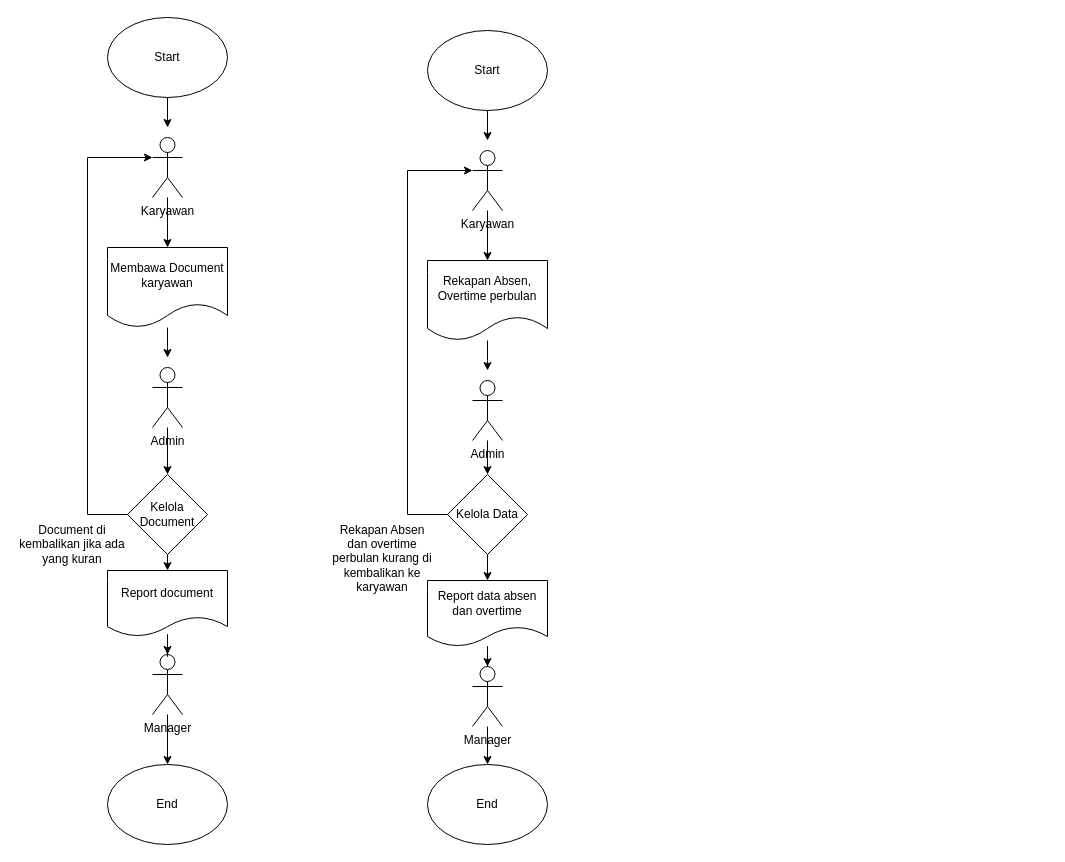
Above: page "Page-6" (6 of 7) of Penulisan/Bab 3.drawio in w4hyud1/leni_karyawan (draw.io), before the change. Source tidied: cells renumbered, new cells numbered last; positions are measured from the earlier drawing's top-left corner, leaving out a move shared by most shapes. Both pictures are drawn from the tidied source at 100%, with x=0, y=0 at pixel (17, 17).
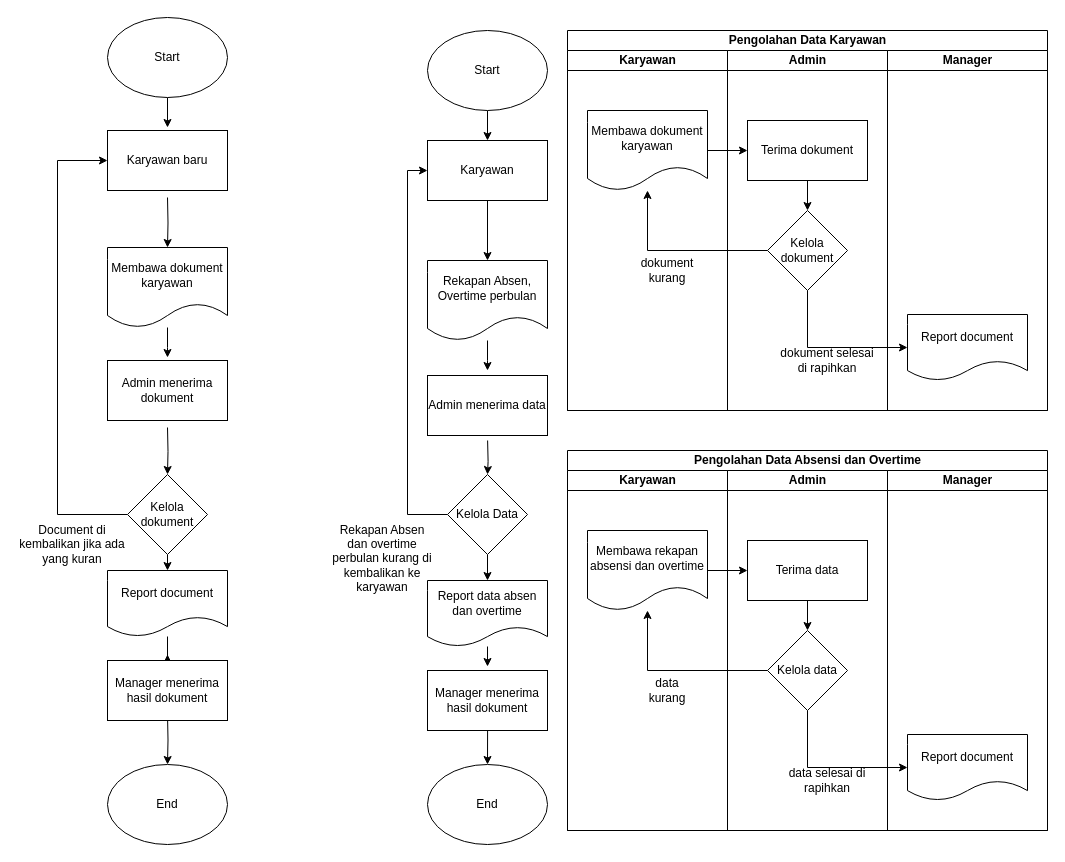
Above is the later version.

Unchanged cells that the change refers to:
```xml
<mxCell id="15" value="End" style="ellipse;whiteSpace=wrap;html=1;" parent="1" vertex="1">
  <mxGeometry x="90" y="747" width="120" height="80" as="geometry" />
</mxCell>
<mxCell id="21" value="Kelola Data" style="rhombus;whiteSpace=wrap;html=1;" parent="1" vertex="1">
  <mxGeometry x="430" y="457" width="80" height="80" as="geometry" />
</mxCell>
<mxCell id="23" value="Rekapan Absen, Overtime perbulan" style="shape=document;whiteSpace=wrap;html=1;boundedLbl=1;" parent="1" vertex="1">
  <mxGeometry x="410" y="243" width="120" height="80" as="geometry" />
</mxCell>
<mxCell id="30" value="End" style="ellipse;whiteSpace=wrap;html=1;" parent="1" vertex="1">
  <mxGeometry x="410" y="747" width="120" height="80" as="geometry" />
</mxCell>
<mxCell id="33" value="Report data absen dan overtime" style="shape=document;whiteSpace=wrap;html=1;boundedLbl=1;" parent="1" vertex="1">
  <mxGeometry x="410" y="563" width="120" height="66" as="geometry" />
</mxCell>
<mxCell id="35" value="Report document" style="shape=document;whiteSpace=wrap;html=1;boundedLbl=1;" parent="1" vertex="1">
  <mxGeometry x="90" y="553" width="120" height="66" as="geometry" />
</mxCell>
```

Diff of the diagram source:
```diff
@@
-    <mxCell id="2" style="edgeStyle=orthogonalEdgeStyle;rounded=0;jettySize=auto;html=1;entryX=0.5;entryY=0;entryDx=0;entryDy=0;" parent="1" edge="1" source="3" target="8">
-      <mxGeometry relative="1" as="geometry" />
+    <mxCell id="2" style="edgeStyle=orthogonalEdgeStyle;rounded=0;jettySize=auto;html=1;entryX=0.5;entryY=0;entryDx=0;entryDy=0;" parent="1" edge="1" target="8">
+      <mxGeometry relative="1" as="geometry">
+        <mxPoint x="150" y="180" as="sourcePoint" />
+      </mxGeometry>
     </mxCell>
-    <mxCell id="3" value="Karyawan" style="shape=umlActor;verticalLabelPosition=bottom;verticalAlign=top;html=1;" parent="1" vertex="1">
-      <mxGeometry x="135" y="120" width="30" height="60" as="geometry" />
-    </mxCell>
-    <mxCell id="4" style="edgeStyle=orthogonalEdgeStyle;rounded=0;jettySize=auto;html=1;exitX=0;exitY=0.5;exitDx=0;exitDy=0;entryX=0;entryY=0.3333333333333333;entryDx=0;entryDy=0;entryPerimeter=0;" parent="1" edge="1" source="6" target="3">
-      <mxGeometry relative="1" as="geometry">
-        <Array as="points">
-          <mxPoint x="70" y="497" />
-          <mxPoint x="70" y="140" />
-        </Array>
-      </mxGeometry>
-    </mxCell>
@@
+    <mxCell id="36" style="edgeStyle=orthogonalEdgeStyle;rounded=0;jettySize=auto;html=1;exitX=0;exitY=0.5;exitDx=0;exitDy=0;entryX=0;entryY=0.5;entryDx=0;entryDy=0;" parent="1" edge="1" source="6" target="65">
+      <mxGeometry relative="1" as="geometry">
+        <Array as="points">
+          <mxPoint x="40" y="497" />
+          <mxPoint x="40" y="143" />
+        </Array>
+      </mxGeometry>
+    </mxCell>
-    <mxCell id="6" value="Kelola Document" style="rhombus;whiteSpace=wrap;html=1;" parent="1" vertex="1">
+    <mxCell id="6" value="Kelola dokument" style="rhombus;whiteSpace=wrap;html=1;" parent="1" vertex="1">
       <mxGeometry x="110" y="457" width="80" height="80" as="geometry" />
     </mxCell>
@@
-    <mxCell id="8" value="Membawa Document karyawan" style="shape=document;whiteSpace=wrap;html=1;boundedLbl=1;" parent="1" vertex="1">
+    <mxCell id="8" value="Membawa dokument karyawan" style="shape=document;whiteSpace=wrap;html=1;boundedLbl=1;" parent="1" vertex="1">
       <mxGeometry x="90" y="230" width="120" height="80" as="geometry" />
     </mxCell>
-    <mxCell id="9" style="edgeStyle=orthogonalEdgeStyle;rounded=0;jettySize=auto;html=1;" parent="1" edge="1" source="10" target="6">
-      <mxGeometry relative="1" as="geometry" />
+    <mxCell id="9" style="edgeStyle=orthogonalEdgeStyle;rounded=0;jettySize=auto;html=1;" parent="1" edge="1" target="6">
+      <mxGeometry relative="1" as="geometry">
+        <mxPoint x="150" y="410" as="sourcePoint" />
+      </mxGeometry>
     </mxCell>
-    <mxCell id="10" value="Admin" style="shape=umlActor;verticalLabelPosition=bottom;verticalAlign=top;html=1;" parent="1" vertex="1">
-      <mxGeometry x="135" y="350" width="30" height="60" as="geometry" />
-    </mxCell>
@@
-    <mxCell id="13" style="edgeStyle=orthogonalEdgeStyle;rounded=0;jettySize=auto;html=1;entryX=0.5;entryY=0;entryDx=0;entryDy=0;" parent="1" edge="1" source="14" target="15">
-      <mxGeometry relative="1" as="geometry" />
+    <mxCell id="13" style="edgeStyle=orthogonalEdgeStyle;rounded=0;jettySize=auto;html=1;entryX=0.5;entryY=0;entryDx=0;entryDy=0;" parent="1" edge="1" target="15">
+      <mxGeometry relative="1" as="geometry">
+        <mxPoint x="150" y="697" as="sourcePoint" />
+      </mxGeometry>
     </mxCell>
-    <mxCell id="14" value="Manager" style="shape=umlActor;verticalLabelPosition=bottom;verticalAlign=top;html=1;" parent="1" vertex="1">
-      <mxGeometry x="135" y="637" width="30" height="60" as="geometry" />
-    </mxCell>
@@
-    <mxCell id="17" style="edgeStyle=orthogonalEdgeStyle;rounded=0;jettySize=auto;html=1;entryX=0.5;entryY=0;entryDx=0;entryDy=0;" parent="1" edge="1" source="18" target="23">
+    <mxCell id="17" style="edgeStyle=orthogonalEdgeStyle;rounded=0;jettySize=auto;html=1;entryX=0.5;entryY=0;entryDx=0;entryDy=0;exitX=0.5;exitY=1;exitDx=0;exitDy=0;" parent="1" edge="1" source="68" target="23">
       <mxGeometry relative="1" as="geometry" />
     </mxCell>
-    <mxCell id="18" value="Karyawan" style="shape=umlActor;verticalLabelPosition=bottom;verticalAlign=top;html=1;" parent="1" vertex="1">
-      <mxGeometry x="455" y="133" width="30" height="60" as="geometry" />
-    </mxCell>
-    <mxCell id="19" style="edgeStyle=orthogonalEdgeStyle;rounded=0;jettySize=auto;html=1;exitX=0;exitY=0.5;exitDx=0;exitDy=0;entryX=0;entryY=0.3333333333333333;entryDx=0;entryDy=0;entryPerimeter=0;" parent="1" edge="1" source="21" target="18">
+    <mxCell id="19" style="edgeStyle=orthogonalEdgeStyle;rounded=0;jettySize=auto;html=1;exitX=0;exitY=0.5;exitDx=0;exitDy=0;" parent="1" edge="1" source="21">
       <mxGeometry relative="1" as="geometry">
+        <mxPoint x="410" y="153" as="targetPoint" />
         <Array as="points">
           <mxPoint x="390" y="497" />
           <mxPoint x="390" y="153" />
         </Array>
       </mxGeometry>
     </mxCell>
@@
-    <mxCell id="24" style="edgeStyle=orthogonalEdgeStyle;rounded=0;jettySize=auto;html=1;" parent="1" edge="1" source="25" target="21">
-      <mxGeometry relative="1" as="geometry" />
+    <mxCell id="24" style="edgeStyle=orthogonalEdgeStyle;rounded=0;jettySize=auto;html=1;" parent="1" edge="1" target="21">
+      <mxGeometry relative="1" as="geometry">
+        <mxPoint x="470.1" y="423" as="sourcePoint" />
+      </mxGeometry>
     </mxCell>
-    <mxCell id="25" value="Admin" style="shape=umlActor;verticalLabelPosition=bottom;verticalAlign=top;html=1;" parent="1" vertex="1">
-      <mxGeometry x="455" y="363" width="30" height="60" as="geometry" />
-    </mxCell>
@@
-    <mxCell id="28" style="edgeStyle=orthogonalEdgeStyle;rounded=0;jettySize=auto;html=1;entryX=0.5;entryY=0;entryDx=0;entryDy=0;" parent="1" edge="1" source="29" target="30">
-      <mxGeometry relative="1" as="geometry" />
+    <mxCell id="28" style="edgeStyle=orthogonalEdgeStyle;rounded=0;jettySize=auto;html=1;entryX=0.5;entryY=0;entryDx=0;entryDy=0;" parent="1" edge="1" target="30">
+      <mxGeometry relative="1" as="geometry">
+        <mxPoint x="470.1" y="709" as="sourcePoint" />
+      </mxGeometry>
     </mxCell>
-    <mxCell id="29" value="Manager" style="shape=umlActor;verticalLabelPosition=bottom;verticalAlign=top;html=1;" parent="1" vertex="1">
-      <mxGeometry x="455" y="649" width="30" height="60" as="geometry" />
-    </mxCell>
@@
-    <mxCell id="32" style="edgeStyle=orthogonalEdgeStyle;rounded=0;jettySize=auto;html=1;entryX=0.5;entryY=0;entryDx=0;entryDy=0;entryPerimeter=0;" parent="1" edge="1" source="33" target="29">
-      <mxGeometry relative="1" as="geometry" />
+    <mxCell id="32" style="edgeStyle=orthogonalEdgeStyle;rounded=0;jettySize=auto;html=1;entryX=0.5;entryY=0;entryDx=0;entryDy=0;entryPerimeter=0;" parent="1" edge="1" source="33">
+      <mxGeometry relative="1" as="geometry">
+        <mxPoint x="470" y="649" as="targetPoint" />
+      </mxGeometry>
     </mxCell>
@@
-    <mxCell id="34" style="edgeStyle=orthogonalEdgeStyle;rounded=0;jettySize=auto;html=1;entryX=0.5;entryY=0;entryDx=0;entryDy=0;entryPerimeter=0;" parent="1" edge="1" source="35" target="14">
-      <mxGeometry relative="1" as="geometry" />
+    <mxCell id="34" style="edgeStyle=orthogonalEdgeStyle;rounded=0;jettySize=auto;html=1;entryX=0.5;entryY=0;entryDx=0;entryDy=0;entryPerimeter=0;" parent="1" edge="1" source="35">
+      <mxGeometry relative="1" as="geometry">
+        <mxPoint x="150" y="637" as="targetPoint" />
+      </mxGeometry>
     </mxCell>
@@
+    <mxCell id="37" value="Pengolahan Data Karyawan" style="swimlane;html=1;startSize=20;" parent="1" vertex="1">
+      <mxGeometry x="550" y="13" width="480" height="380" as="geometry" />
+    </mxCell>
+    <mxCell id="38" value="Karyawan" style="swimlane;html=1;startSize=20;" parent="37" vertex="1">
+      <mxGeometry y="20" width="160" height="360" as="geometry" />
+    </mxCell>
+    <mxCell id="39" value="&lt;span&gt;Membawa dokument karyawan&lt;/span&gt;" style="shape=document;whiteSpace=wrap;html=1;boundedLbl=1;" parent="38" vertex="1">
+      <mxGeometry x="20" y="60" width="120" height="80" as="geometry" />
+    </mxCell>
+    <mxCell id="40" value="dokument kurang" style="text;html=1;strokeColor=none;fillColor=none;align=center;verticalAlign=middle;whiteSpace=wrap;rounded=0;" parent="38" vertex="1">
+      <mxGeometry x="80" y="210" width="40" height="20" as="geometry" />
+    </mxCell>
+    <mxCell id="41" value="Admin" style="swimlane;html=1;startSize=20;" parent="37" vertex="1">
+      <mxGeometry x="160" y="20" width="160" height="360" as="geometry" />
+    </mxCell>
+    <mxCell id="42" style="edgeStyle=orthogonalEdgeStyle;rounded=0;jettySize=auto;html=1;exitX=0.5;exitY=1;exitDx=0;exitDy=0;entryX=0.5;entryY=0;entryDx=0;entryDy=0;" parent="41" edge="1" source="43" target="44">
+      <mxGeometry relative="1" as="geometry" />
+    </mxCell>
+    <mxCell id="43" value="Terima dokument" style="rounded=0;whiteSpace=wrap;html=1;" parent="41" vertex="1">
+      <mxGeometry x="20" y="70" width="120" height="60" as="geometry" />
+    </mxCell>
+    <mxCell id="44" value="&lt;span&gt;Kelola dokument&lt;/span&gt;" style="rhombus;whiteSpace=wrap;html=1;" parent="41" vertex="1">
+      <mxGeometry x="40" y="160" width="80" height="80" as="geometry" />
+    </mxCell>
+    <mxCell id="45" value="dokument selesai di rapihkan" style="text;html=1;strokeColor=none;fillColor=none;align=center;verticalAlign=middle;whiteSpace=wrap;rounded=0;" parent="41" vertex="1">
+      <mxGeometry x="50" y="300" width="100" height="20" as="geometry" />
+    </mxCell>
+    <mxCell id="46" style="edgeStyle=orthogonalEdgeStyle;rounded=0;jettySize=auto;html=1;entryX=0;entryY=0.5;entryDx=0;entryDy=0;" parent="37" edge="1" source="39" target="43">
+      <mxGeometry relative="1" as="geometry" />
+    </mxCell>
+    <mxCell id="47" style="edgeStyle=orthogonalEdgeStyle;rounded=0;jettySize=auto;html=1;exitX=0;exitY=0.5;exitDx=0;exitDy=0;" parent="37" edge="1" source="44" target="39">
+      <mxGeometry relative="1" as="geometry" />
+    </mxCell>
+    <mxCell id="48" value="Manager" style="swimlane;html=1;startSize=20;" parent="37" vertex="1">
+      <mxGeometry x="320" y="20" width="160" height="360" as="geometry" />
+    </mxCell>
+    <mxCell id="49" value="Report document" style="shape=document;whiteSpace=wrap;html=1;boundedLbl=1;" parent="48" vertex="1">
+      <mxGeometry x="20" y="264" width="120" height="66" as="geometry" />
+    </mxCell>
+    <mxCell id="50" style="edgeStyle=orthogonalEdgeStyle;rounded=0;jettySize=auto;html=1;exitX=0.5;exitY=1;exitDx=0;exitDy=0;entryX=0;entryY=0.5;entryDx=0;entryDy=0;" parent="37" edge="1" source="44" target="49">
+      <mxGeometry relative="1" as="geometry" />
+    </mxCell>
+    <mxCell id="51" value="Pengolahan Data Absensi dan Overtime" style="swimlane;html=1;startSize=20;" parent="1" vertex="1">
+      <mxGeometry x="550" y="433" width="480" height="380" as="geometry" />
+    </mxCell>
+    <mxCell id="52" value="Karyawan" style="swimlane;html=1;startSize=20;" parent="51" vertex="1">
+      <mxGeometry y="20" width="160" height="360" as="geometry" />
+    </mxCell>
+    <mxCell id="53" value="&lt;span&gt;Membawa rekapan absensi dan overtime&lt;/span&gt;" style="shape=document;whiteSpace=wrap;html=1;boundedLbl=1;" parent="52" vertex="1">
+      <mxGeometry x="20" y="60" width="120" height="80" as="geometry" />
+    </mxCell>
+    <mxCell id="54" value="data kurang" style="text;html=1;strokeColor=none;fillColor=none;align=center;verticalAlign=middle;whiteSpace=wrap;rounded=0;" parent="52" vertex="1">
+      <mxGeometry x="80" y="210" width="40" height="20" as="geometry" />
+    </mxCell>
+    <mxCell id="55" value="Admin" style="swimlane;html=1;startSize=20;" parent="51" vertex="1">
+      <mxGeometry x="160" y="20" width="160" height="360" as="geometry" />
+    </mxCell>
+    <mxCell id="56" style="edgeStyle=orthogonalEdgeStyle;rounded=0;jettySize=auto;html=1;exitX=0.5;exitY=1;exitDx=0;exitDy=0;entryX=0.5;entryY=0;entryDx=0;entryDy=0;" parent="55" edge="1" source="57" target="58">
+      <mxGeometry relative="1" as="geometry" />
+    </mxCell>
+    <mxCell id="57" value="Terima data" style="rounded=0;whiteSpace=wrap;html=1;" parent="55" vertex="1">
+      <mxGeometry x="20" y="70" width="120" height="60" as="geometry" />
+    </mxCell>
+    <mxCell id="58" value="&lt;span&gt;Kelola data&lt;/span&gt;" style="rhombus;whiteSpace=wrap;html=1;" parent="55" vertex="1">
+      <mxGeometry x="40" y="160" width="80" height="80" as="geometry" />
+    </mxCell>
+    <mxCell id="59" value="data selesai di rapihkan" style="text;html=1;strokeColor=none;fillColor=none;align=center;verticalAlign=middle;whiteSpace=wrap;rounded=0;" parent="55" vertex="1">
+      <mxGeometry x="50" y="300" width="100" height="20" as="geometry" />
+    </mxCell>
+    <mxCell id="60" style="edgeStyle=orthogonalEdgeStyle;rounded=0;jettySize=auto;html=1;entryX=0;entryY=0.5;entryDx=0;entryDy=0;" parent="51" edge="1" source="53" target="57">
+      <mxGeometry relative="1" as="geometry" />
+    </mxCell>
+    <mxCell id="61" style="edgeStyle=orthogonalEdgeStyle;rounded=0;jettySize=auto;html=1;exitX=0;exitY=0.5;exitDx=0;exitDy=0;" parent="51" edge="1" source="58" target="53">
+      <mxGeometry relative="1" as="geometry" />
+    </mxCell>
+    <mxCell id="62" value="Manager" style="swimlane;html=1;startSize=20;" parent="51" vertex="1">
+      <mxGeometry x="320" y="20" width="160" height="360" as="geometry" />
+    </mxCell>
+    <mxCell id="63" value="Report document" style="shape=document;whiteSpace=wrap;html=1;boundedLbl=1;" parent="62" vertex="1">
+      <mxGeometry x="20" y="264" width="120" height="66" as="geometry" />
+    </mxCell>
+    <mxCell id="64" style="edgeStyle=orthogonalEdgeStyle;rounded=0;jettySize=auto;html=1;exitX=0.5;exitY=1;exitDx=0;exitDy=0;entryX=0;entryY=0.5;entryDx=0;entryDy=0;" parent="51" edge="1" source="58" target="63">
+      <mxGeometry relative="1" as="geometry" />
+    </mxCell>
+    <mxCell id="65" value="Karyawan baru" style="rounded=0;whiteSpace=wrap;html=1;" parent="1" vertex="1">
+      <mxGeometry x="90" y="113" width="120" height="60" as="geometry" />
+    </mxCell>
+    <mxCell id="66" value="Admin menerima dokument" style="rounded=0;whiteSpace=wrap;html=1;" parent="1" vertex="1">
+      <mxGeometry x="90" y="343" width="120" height="60" as="geometry" />
+    </mxCell>
+    <mxCell id="67" value="Manager menerima hasil dokument" style="rounded=0;whiteSpace=wrap;html=1;" parent="1" vertex="1">
+      <mxGeometry x="90" y="643" width="120" height="60" as="geometry" />
+    </mxCell>
+    <mxCell id="68" value="Karyawan" style="rounded=0;whiteSpace=wrap;html=1;" parent="1" vertex="1">
+      <mxGeometry x="410" y="123" width="120" height="60" as="geometry" />
+    </mxCell>
+    <mxCell id="69" value="Admin menerima data" style="rounded=0;whiteSpace=wrap;html=1;" parent="1" vertex="1">
+      <mxGeometry x="410" y="358" width="120" height="60" as="geometry" />
+    </mxCell>
+    <mxCell id="70" value="Manager menerima hasil dokument" style="rounded=0;whiteSpace=wrap;html=1;" parent="1" vertex="1">
+      <mxGeometry x="410" y="653" width="120" height="60" as="geometry" />
+    </mxCell>
```
